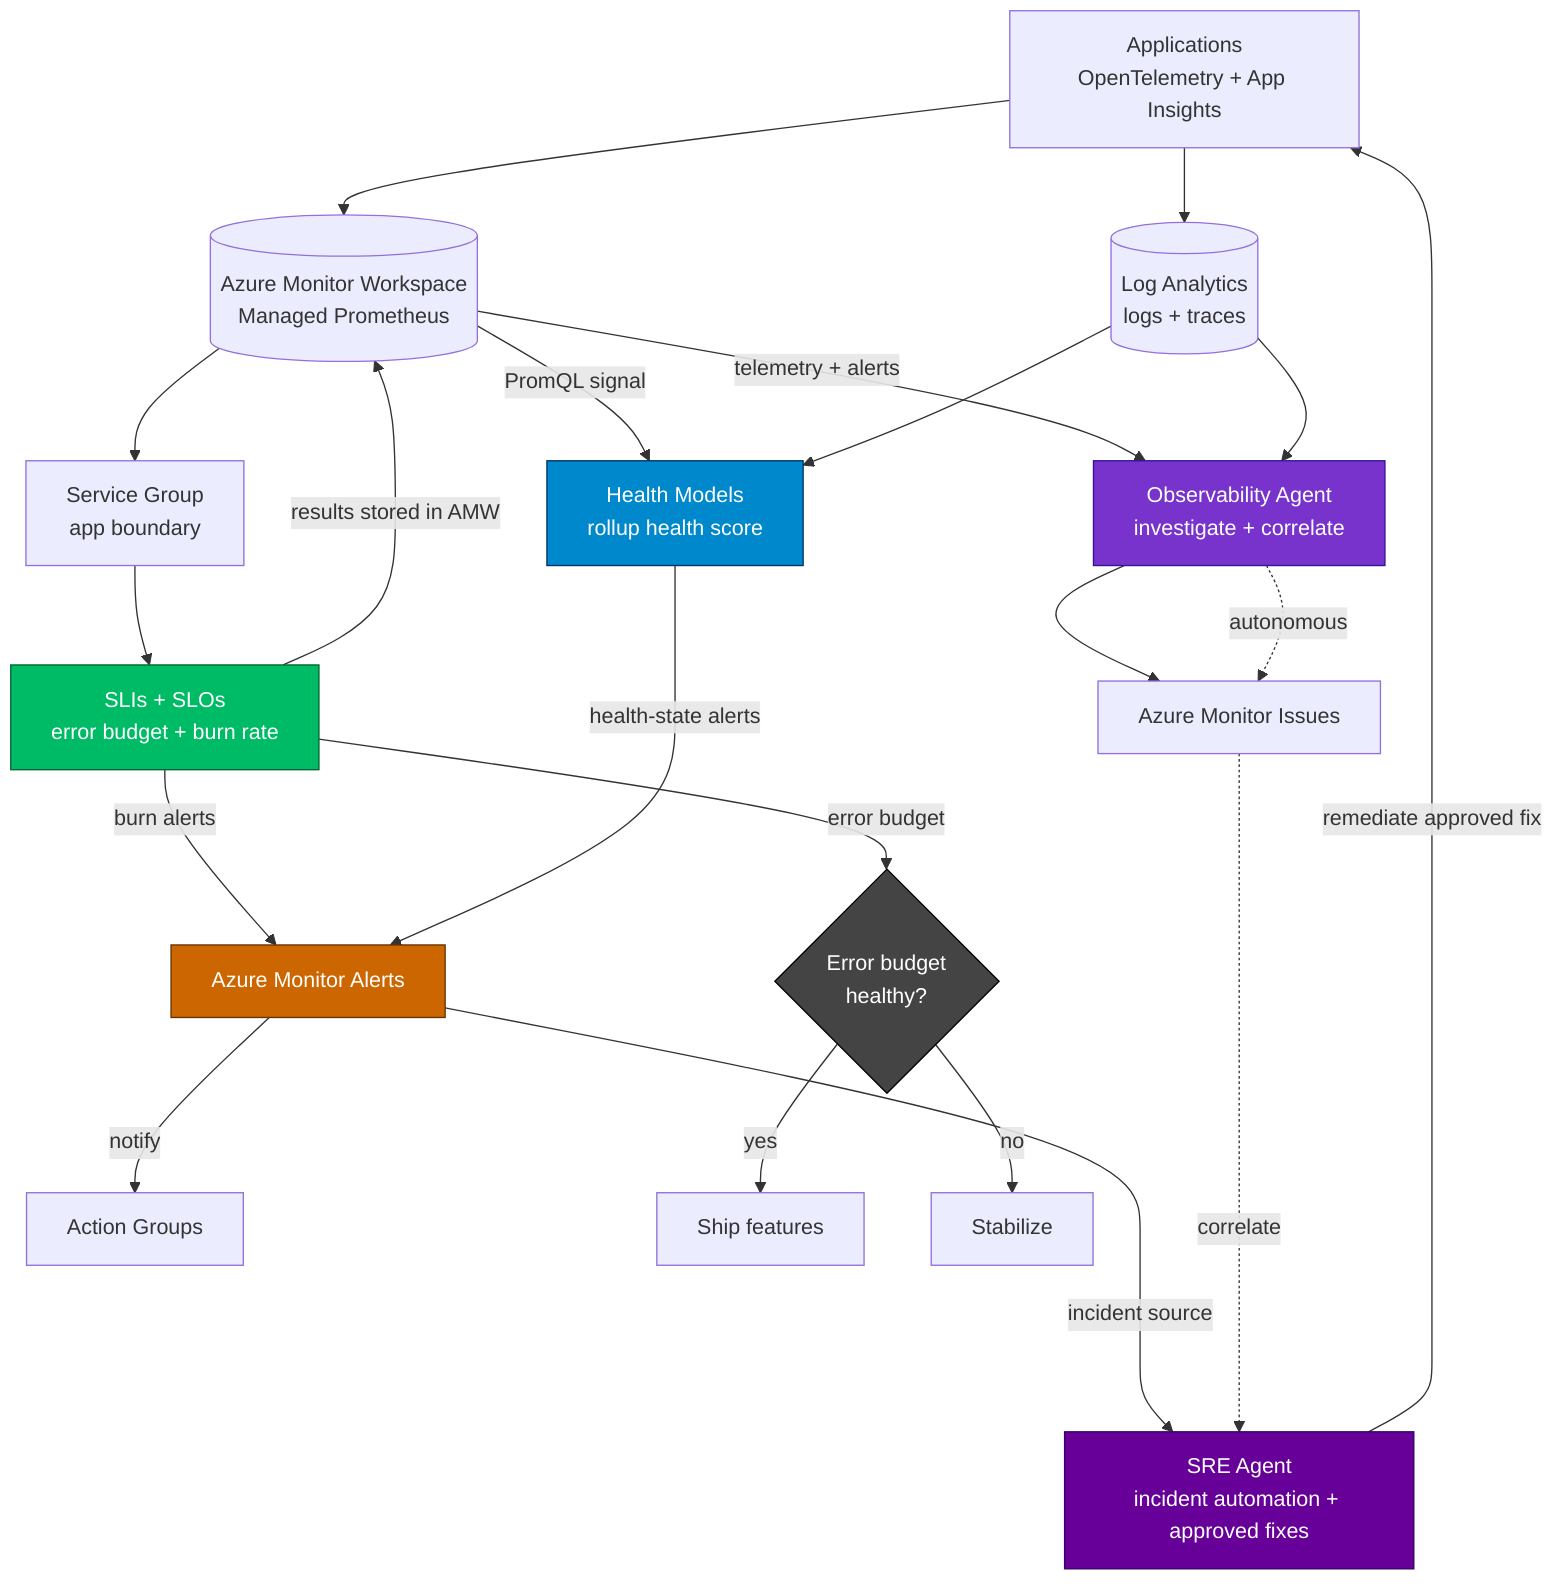
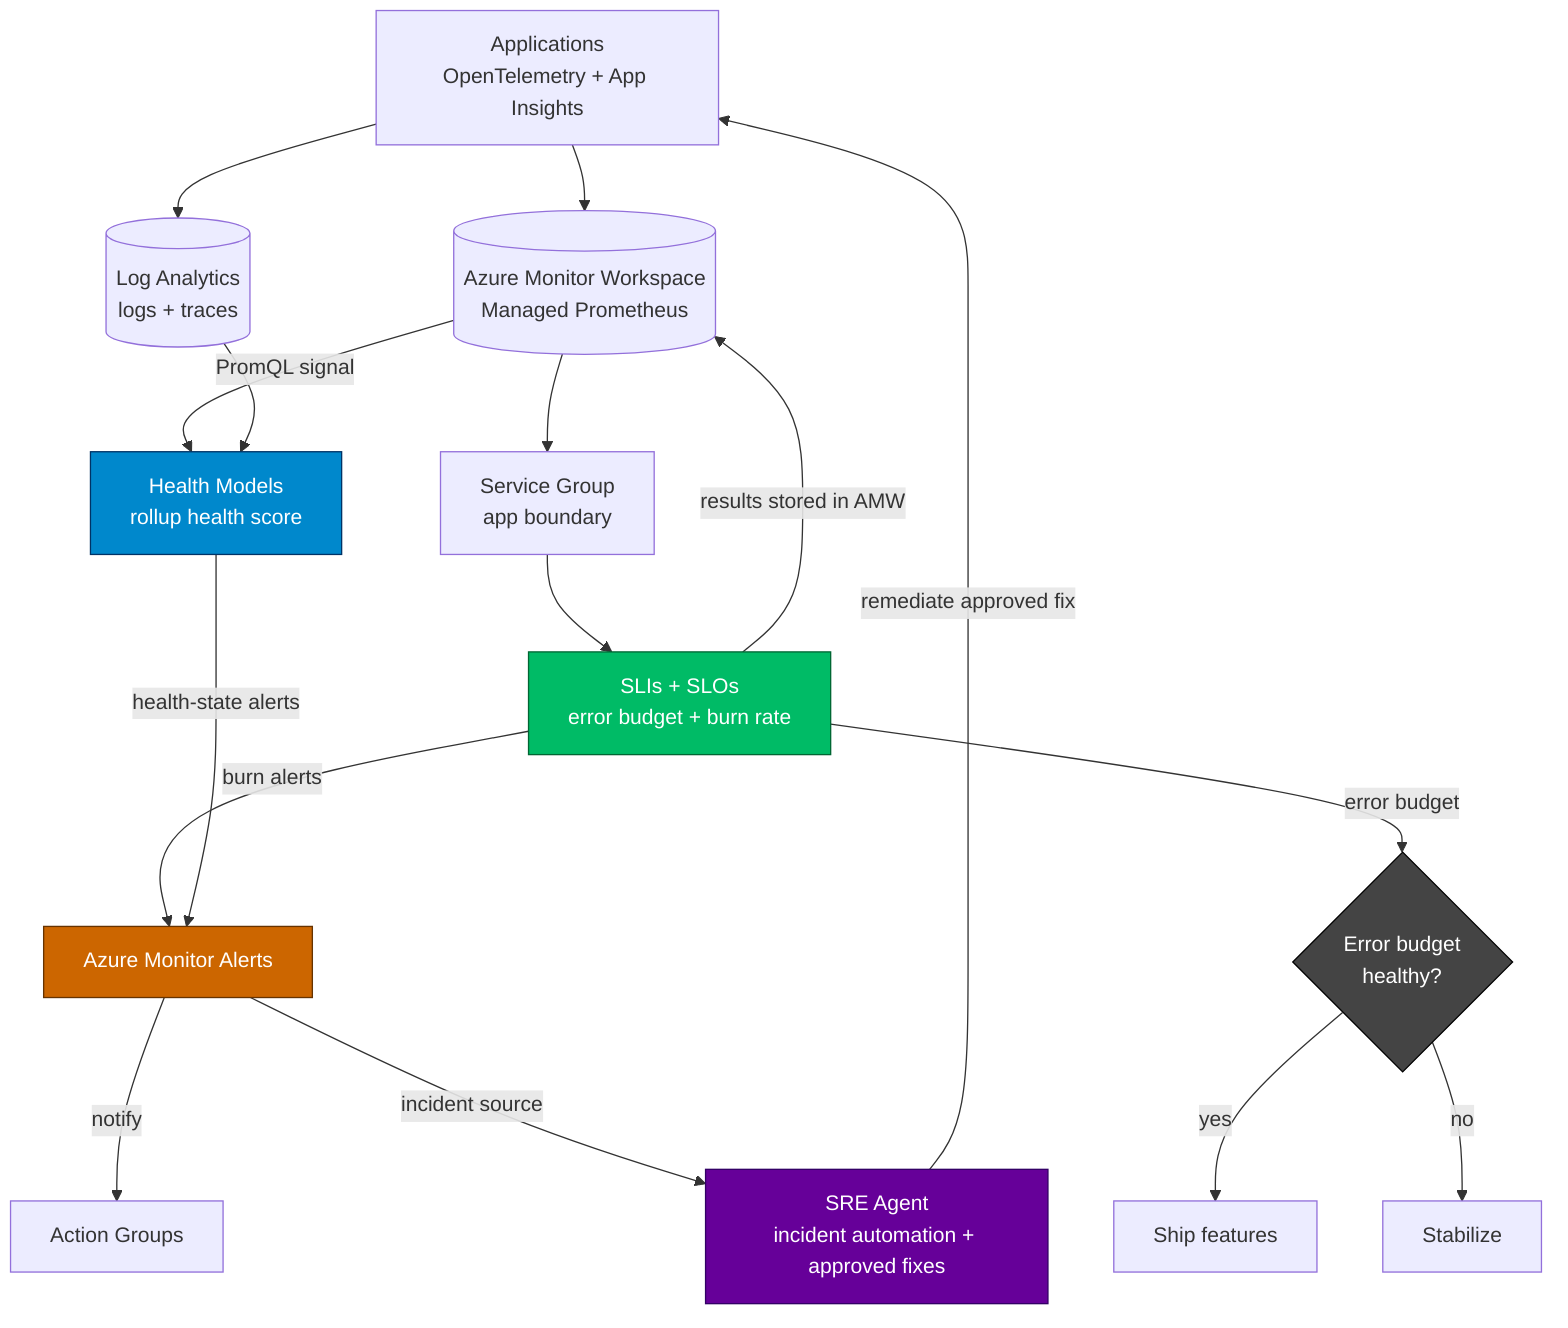
flowchart TD
    APP[Applications<br/>OpenTelemetry + App Insights] --> AMW[(Azure Monitor Workspace<br/>Managed Prometheus)]
    APP --> LAW[(Log Analytics<br/>logs + traces)]
    AMW --> SG[Service Group<br/>app boundary]
    SG --> SLI[SLIs + SLOs<br/>error budget + burn rate]
    SLI -->|results stored in AMW| AMW
    AMW -->|PromQL signal| HM[Health Models<br/>rollup health score]
    LAW --> HM
    SLI -->|burn alerts| ALERTS[Azure Monitor Alerts]
    HM -->|health-state alerts| ALERTS
    ALERTS -->|notify| AG[Action Groups]
-     ALERTS ---->|incident source| SRE[SRE Agent<br/>incident automation + approved fixes]
-     AMW -->|telemetry + alerts| OBS[Observability Agent<br/>investigate + correlate]
-     LAW --> OBS
-     OBS --> ISS[Azure Monitor Issues]
-     OBS -. autonomous .-> ISS
-     ISS -. correlate .-> SRE
+     ALERTS -->|incident source| SRE[SRE Agent<br/>incident automation + approved fixes]
    SRE -->|remediate approved fix| APP
    SLI -->|error budget| GATE{Error budget<br/>healthy?}
    GATE -->|yes| SHIP[Ship features]
    GATE -->|no| FIX[Stabilize]
    style SLI fill:#0b6,stroke:#063,color:#fff
    style HM fill:#08c,stroke:#036,color:#fff
    style ALERTS fill:#c60,stroke:#630,color:#fff
-     style OBS fill:#73c,stroke:#319,color:#fff
    style SRE fill:#609,stroke:#306,color:#fff
    style GATE fill:#444,stroke:#000,color:#fff
